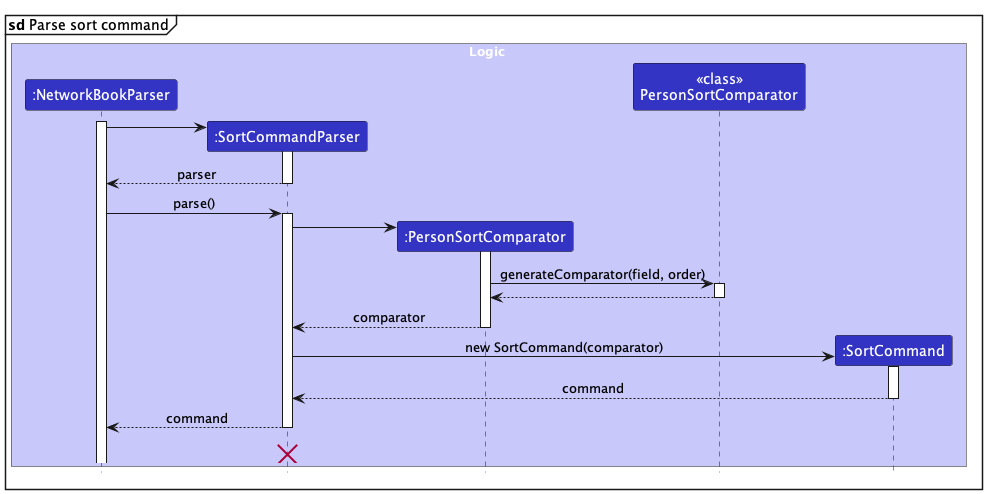
nus-cs2103-AY2324S1/tp keeps this PlantUML diagram as docs/images/SortingParsingSequenceDiagram.png. Above is the earlier version.
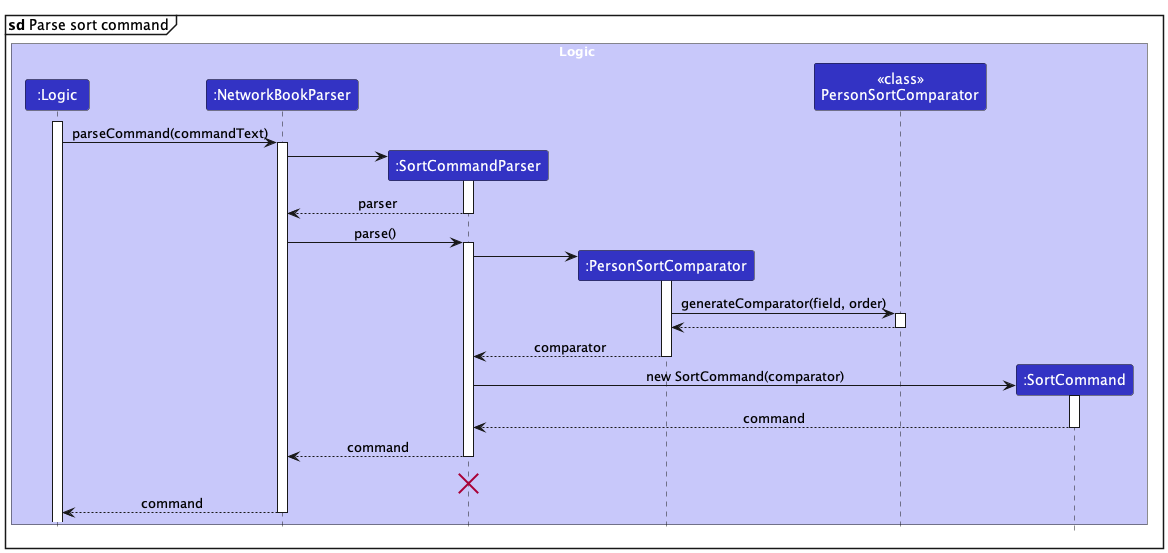
The same diagram one commit later.

Commit message:
Balance sequence diagrams

The edit, as a diff of the source:
```diff
@@ -5,6 +5,7 @@
 mainframe **sd** Parse sort command
 
 box Logic LOGIC_COLOR_T1
+Participant ":Logic" as logic LOGIC_COLOR
 Participant ":NetworkBookParser" as mainParser LOGIC_COLOR
 Participant ":SortCommandParser" as commandParser LOGIC_COLOR
 Participant ":PersonSortComparator" as comparator LOGIC_COLOR
@@ -12,6 +13,9 @@
 Participant ":SortCommand" as command LOGIC_COLOR
 end box
 
+activate logic
+
+logic -> mainParser : parseCommand(commandText)
 activate mainParser
 
 create commandParser
@@ -50,4 +54,7 @@
 commandParser -[hidden]-> commandParser
 destroy commandParser
 
+mainParser --> logic : command
+deactivate mainParser
+
 @enduml
```
